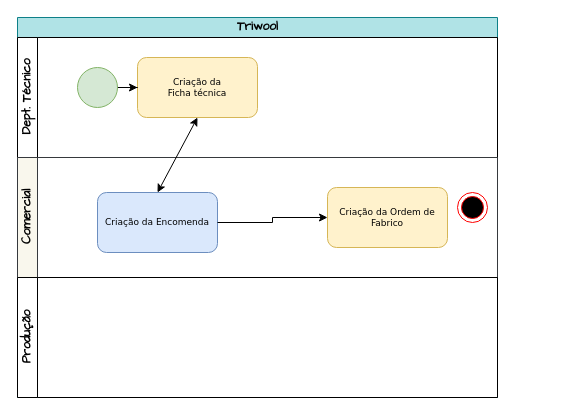
Earlier version of the draw.io diagram FichaTecnica_Triwool.drawio (cajolee73/cajolee73). Source tidied: cells renumbered, new cells numbered last; positions are measured from the earlier drawing's top-left corner, leaving out a move shared by most shapes. Both pictures are drawn from the tidied source at 100%, with x=0, y=0 at pixel (17, 17).
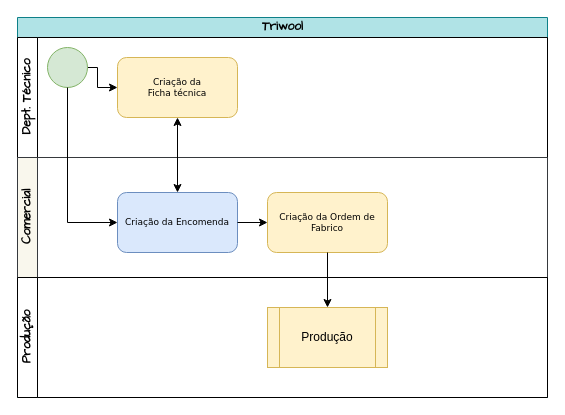
Above is the later version.

Diff of the diagram source:
```diff
@@
 <mxGraphModel>
   <root>
     <mxCell id="0" />
     <mxCell id="1" parent="0" />
     <mxCell id="2" value="Triwool" style="swimlane;horizontal=1;startSize=20;html=1;hachureGap=4;fontFamily=Architects Daughter;fillColor=#b0e3e6;strokeColor=#0e8088;sketchStyle=rough;" parent="1" vertex="1">
-      <mxGeometry width="480" height="380" as="geometry" />
+      <mxGeometry width="530" height="380" as="geometry" />
     </mxCell>
     <mxCell id="3" value="Dept. Técnico" style="swimlane;startSize=20;horizontal=0;html=1;hachureGap=4;fontFamily=Architects Daughter;sketchStyle=rough;" parent="2" vertex="1">
-      <mxGeometry y="20" width="480" height="120" as="geometry" />
+      <mxGeometry y="20" width="530" height="120" as="geometry" />
     </mxCell>
     <mxCell id="4" value="Criação da&lt;div&gt;Ficha técnica&lt;/div&gt;" style="rounded=1;whiteSpace=wrap;hachureGap=4;fontFamily=Verdana;fillColor=#fff2cc;strokeColor=#d6b656;fillStyle=solid;sketchStyle=rough;html=1;fontSize=9;" parent="3" vertex="1">
-      <mxGeometry x="120" y="20" width="120" height="60" as="geometry" />
+      <mxGeometry x="100" y="20" width="120" height="60" as="geometry" />
     </mxCell>
     <mxCell id="5" style="edgeStyle=orthogonalEdgeStyle;rounded=0;jettySize=auto;html=1;" parent="3" edge="1" source="6" target="4">
-      <mxGeometry relative="1" as="geometry" />
+      <mxGeometry relative="1" as="geometry">
+        <Array as="points">
+          <mxPoint x="80" y="30" />
+          <mxPoint x="80" y="50" />
+        </Array>
+      </mxGeometry>
     </mxCell>
     <mxCell id="6" style="ellipse;whiteSpace=wrap;html=1;fillColor=#d5e8d4;strokeColor=#82b366;" parent="3" vertex="1">
-      <mxGeometry x="60" y="30" width="40" height="40" as="geometry" />
+      <mxGeometry x="30" y="10" width="40" height="40" as="geometry" />
     </mxCell>
     <mxCell id="7" value="Comercial" style="swimlane;startSize=20;horizontal=0;html=1;hachureGap=4;fontFamily=Architects Daughter;sketchStyle=rough;fillColor=#f9f7ed;strokeColor=#36393d;" parent="2" vertex="1">
-      <mxGeometry y="140" width="480" height="120" as="geometry" />
+      <mxGeometry y="140" width="530" height="120" as="geometry" />
     </mxCell>
-    <mxCell id="8" style="ellipse;html=1;shape=endState;fillColor=#000000;strokeColor=#ff0000;" parent="7" vertex="1">
-      <mxGeometry x="440" y="35" width="30" height="30" as="geometry" />
-    </mxCell>
     <mxCell id="9" value="Criação da Encomenda" style="whiteSpace=wrap;html=1;fontSize=9;fontFamily=Verdana;fillColor=#dae8fc;strokeColor=#6c8ebf;rounded=1;hachureGap=4;fillStyle=solid;sketchStyle=rough;" parent="7" vertex="1">
-      <mxGeometry x="80" y="35" width="120" height="60" as="geometry" />
+      <mxGeometry x="100" y="35" width="120" height="60" as="geometry" />
     </mxCell>
     <mxCell id="10" value="Criação da Ordem de Fabrico" style="whiteSpace=wrap;html=1;fontSize=9;fontFamily=Verdana;fillColor=#fff2cc;strokeColor=#d6b656;rounded=1;hachureGap=4;fillStyle=solid;sketchStyle=rough;" parent="7" vertex="1">
-      <mxGeometry x="310" y="30" width="120" height="60" as="geometry" />
+      <mxGeometry x="250" y="35" width="120" height="60" as="geometry" />
     </mxCell>
     <mxCell id="11" style="edgeStyle=orthogonalEdgeStyle;rounded=0;jettySize=auto;html=1;" parent="7" edge="1" source="9" target="10">
       <mxGeometry relative="1" as="geometry" />
     </mxCell>
     <mxCell id="12" value="Produção" style="swimlane;startSize=20;horizontal=0;html=1;hachureGap=4;fontFamily=Architects Daughter;sketchStyle=rough;" parent="2" vertex="1">
-      <mxGeometry y="260" width="480" height="120" as="geometry" />
+      <mxGeometry y="260" width="530" height="120" as="geometry" />
     </mxCell>
+    <mxCell id="14" value="Produção" style="shape=process;whiteSpace=wrap;html=1;backgroundOutline=1;fillColor=#fff2cc;strokeColor=#d6b656;" parent="12" vertex="1">
+      <mxGeometry x="250" y="30" width="120" height="60" as="geometry" />
+    </mxCell>
     <mxCell id="13" style="endArrow=classic;startArrow=classic;html=1;rounded=0;entryX=0.5;entryY=1;entryDx=0;entryDy=0;exitX=0.5;exitY=0;exitDx=0;exitDy=0;" parent="2" edge="1" source="9" target="4">
       <mxGeometry relative="1" as="geometry" />
     </mxCell>
+    <mxCell id="15" style="edgeStyle=orthogonalEdgeStyle;rounded=0;jettySize=auto;html=1;entryX=0;entryY=0.5;entryDx=0;entryDy=0;exitX=0.5;exitY=1;exitDx=0;exitDy=0;" parent="2" edge="1" source="6" target="9">
+      <mxGeometry relative="1" as="geometry">
+        <Array as="points">
+          <mxPoint x="50" y="205" />
+        </Array>
+      </mxGeometry>
+    </mxCell>
+    <mxCell id="16" style="edgeStyle=orthogonalEdgeStyle;rounded=0;jettySize=auto;html=1;" parent="2" edge="1" source="10" target="14">
+      <mxGeometry relative="1" as="geometry" />
+    </mxCell>
   </root>
 </mxGraphModel>
```
